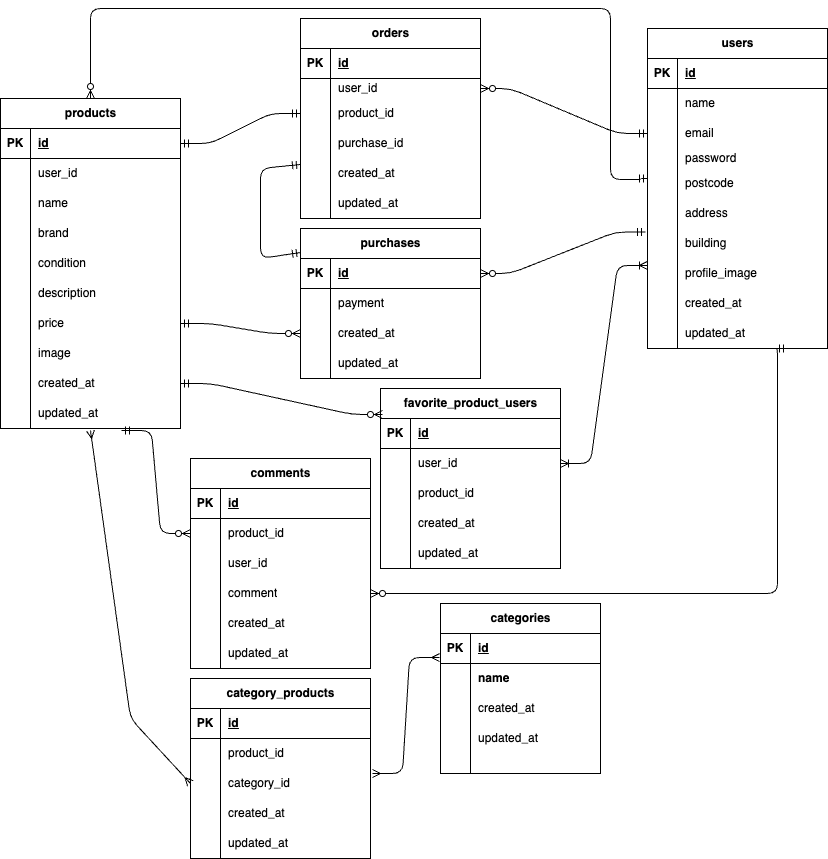
Earlier version of the draw.io export docs/erd.png (mitoma1/flea-market). Source tidied: cells renumbered, new cells last; positions are measured from the earlier drawing's top-left corner, leaving out a move shared by most shapes.
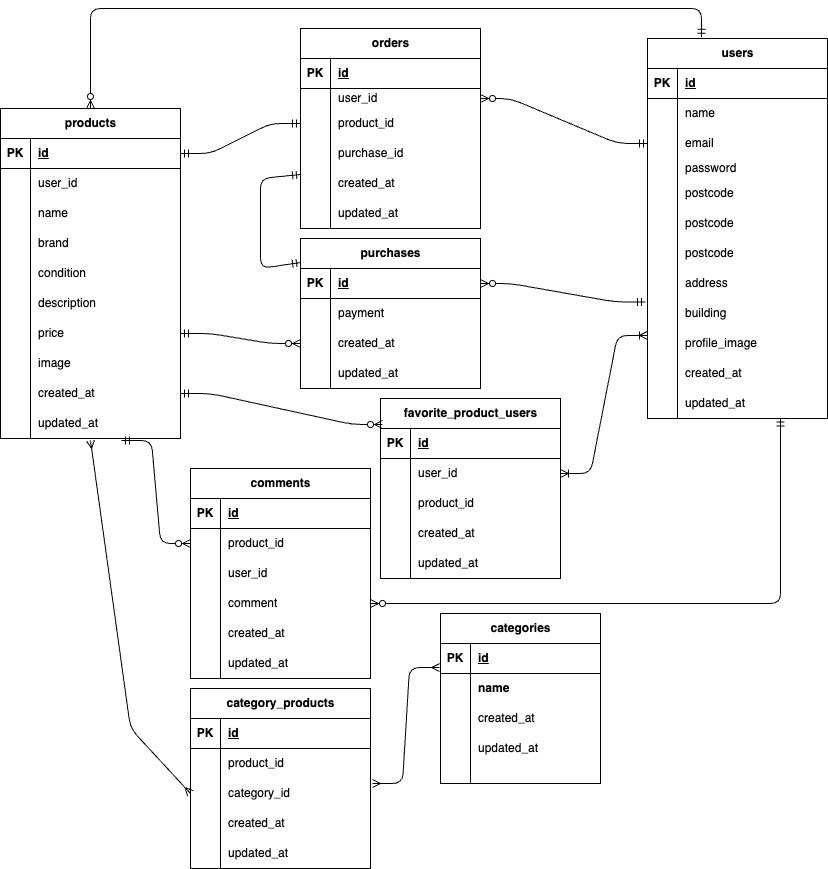
Above is the later version.

Commit message:
リモートリポジトリの変更

Diff of the diagram source:
```diff
@@ -96,7 +96,7 @@
       <mxGeometry x="30" width="150" height="30" as="geometry" />
     </mxCell>
     <mxCell id="33" value="&lt;span class=&quot;notion-enable-hover&quot;&gt;users&lt;/span&gt;" style="shape=table;startSize=30;rowLines=0;fontStyle=1;align=center;html=1;" parent="1" vertex="1">
-      <mxGeometry x="647" y="20" width="180" height="320" as="geometry" />
+      <mxGeometry x="647" y="20" width="180" height="380" as="geometry" />
     </mxCell>
     <mxCell id="34" style="shape=tableRow;horizontal=0;startSize=0;swimlaneHead=0;swimlaneBody=0;fillColor=none;top=0;left=0;right=0;bottom=1;" parent="33" vertex="1">
       <mxGeometry y="30" width="180" height="30" as="geometry" />
@@ -134,8 +134,26 @@
     <mxCell id="45" value="password" style="shape=partialRectangle;fillColor=none;top=0;left=0;bottom=0;right=0;align=left;spacingLeft=6;overflow=hidden;whiteSpace=wrap;html=1;" parent="43" vertex="1">
       <mxGeometry x="30" width="150" height="20" as="geometry" />
     </mxCell>
+    <mxCell id="175" style="shape=tableRow;horizontal=0;startSize=0;swimlaneHead=0;swimlaneBody=0;fillColor=none;top=0;left=0;right=0;bottom=0;" parent="33" vertex="1">
+      <mxGeometry y="140" width="180" height="30" as="geometry" />
+    </mxCell>
+    <mxCell id="176" style="shape=partialRectangle;fillColor=none;top=0;left=0;bottom=0;right=0;overflow=hidden;whiteSpace=wrap;html=1;" parent="175" vertex="1">
+      <mxGeometry width="30" height="30" as="geometry" />
+    </mxCell>
+    <mxCell id="177" value="postcode" style="shape=partialRectangle;fillColor=none;top=0;left=0;bottom=0;right=0;align=left;spacingLeft=6;overflow=hidden;whiteSpace=wrap;html=1;" parent="175" vertex="1">
+      <mxGeometry x="30" width="150" height="30" as="geometry" />
+    </mxCell>
+    <mxCell id="178" style="shape=tableRow;horizontal=0;startSize=0;swimlaneHead=0;swimlaneBody=0;fillColor=none;top=0;left=0;right=0;bottom=0;" parent="33" vertex="1">
+      <mxGeometry y="170" width="180" height="30" as="geometry" />
+    </mxCell>
+    <mxCell id="179" style="shape=partialRectangle;fillColor=none;top=0;left=0;bottom=0;right=0;overflow=hidden;whiteSpace=wrap;html=1;" parent="178" vertex="1">
+      <mxGeometry width="30" height="30" as="geometry" />
+    </mxCell>
+    <mxCell id="180" value="postcode" style="shape=partialRectangle;fillColor=none;top=0;left=0;bottom=0;right=0;align=left;spacingLeft=6;overflow=hidden;whiteSpace=wrap;html=1;" parent="178" vertex="1">
+      <mxGeometry x="30" width="150" height="30" as="geometry" />
+    </mxCell>
     <mxCell id="46" style="shape=tableRow;horizontal=0;startSize=0;swimlaneHead=0;swimlaneBody=0;fillColor=none;top=0;left=0;right=0;bottom=0;" parent="33" vertex="1">
-      <mxGeometry y="140" width="180" height="30" as="geometry" />
+      <mxGeometry y="200" width="180" height="30" as="geometry" />
     </mxCell>
     <mxCell id="47" style="shape=partialRectangle;fillColor=none;top=0;left=0;bottom=0;right=0;overflow=hidden;whiteSpace=wrap;html=1;" parent="46" vertex="1">
       <mxGeometry width="30" height="30" as="geometry" />
@@ -144,7 +162,7 @@
       <mxGeometry x="30" width="150" height="30" as="geometry" />
     </mxCell>
     <mxCell id="49" style="shape=tableRow;horizontal=0;startSize=0;swimlaneHead=0;swimlaneBody=0;fillColor=none;top=0;left=0;right=0;bottom=0;" parent="33" vertex="1">
-      <mxGeometry y="170" width="180" height="30" as="geometry" />
+      <mxGeometry y="230" width="180" height="30" as="geometry" />
     </mxCell>
     <mxCell id="50" style="shape=partialRectangle;fillColor=none;top=0;left=0;bottom=0;right=0;overflow=hidden;whiteSpace=wrap;html=1;" parent="49" vertex="1">
       <mxGeometry width="30" height="30" as="geometry" />
@@ -153,7 +171,7 @@
       <mxGeometry x="30" width="150" height="30" as="geometry" />
     </mxCell>
     <mxCell id="52" style="shape=tableRow;horizontal=0;startSize=0;swimlaneHead=0;swimlaneBody=0;fillColor=none;points=[[0,0.5],[1,0.5]];portConstraint=eastwest;top=0;left=0;right=0;bottom=0;" parent="33" vertex="1">
-      <mxGeometry y="200" width="180" height="30" as="geometry" />
+      <mxGeometry y="260" width="180" height="30" as="geometry" />
     </mxCell>
     <mxCell id="53" style="shape=partialRectangle;fillColor=none;top=0;left=0;bottom=0;right=0;overflow=hidden;whiteSpace=wrap;html=1;" parent="52" vertex="1">
       <mxGeometry width="30" height="30" as="geometry" />
@@ -162,7 +180,7 @@
       <mxGeometry x="30" width="150" height="30" as="geometry" />
     </mxCell>
     <mxCell id="55" style="shape=tableRow;horizontal=0;startSize=0;swimlaneHead=0;swimlaneBody=0;fillColor=none;points=[[0,0.5],[1,0.5]];portConstraint=eastwest;top=0;left=0;right=0;bottom=0;" parent="33" vertex="1">
-      <mxGeometry y="230" width="180" height="30" as="geometry" />
+      <mxGeometry y="290" width="180" height="30" as="geometry" />
     </mxCell>
     <mxCell id="56" style="shape=partialRectangle;fillColor=none;top=0;left=0;bottom=0;right=0;overflow=hidden;whiteSpace=wrap;html=1;" parent="55" vertex="1">
       <mxGeometry width="30" height="30" as="geometry" />
@@ -171,7 +189,7 @@
       <mxGeometry x="30" width="150" height="30" as="geometry" />
     </mxCell>
     <mxCell id="58" style="shape=tableRow;horizontal=0;startSize=0;swimlaneHead=0;swimlaneBody=0;fillColor=none;top=0;left=0;right=0;bottom=0;" parent="33" vertex="1">
-      <mxGeometry y="260" width="180" height="30" as="geometry" />
+      <mxGeometry y="320" width="180" height="30" as="geometry" />
     </mxCell>
     <mxCell id="59" style="shape=partialRectangle;fillColor=none;top=0;left=0;bottom=0;right=0;overflow=hidden;whiteSpace=wrap;html=1;" parent="58" vertex="1">
       <mxGeometry width="30" height="30" as="geometry" />
@@ -180,7 +198,7 @@
       <mxGeometry x="30" width="150" height="30" as="geometry" />
     </mxCell>
     <mxCell id="61" style="shape=tableRow;horizontal=0;startSize=0;swimlaneHead=0;swimlaneBody=0;fillColor=none;points=[[0,0.5],[1,0.5]];portConstraint=eastwest;top=0;left=0;right=0;bottom=0;" parent="33" vertex="1">
-      <mxGeometry y="290" width="180" height="30" as="geometry" />
+      <mxGeometry y="350" width="180" height="30" as="geometry" />
     </mxCell>
     <mxCell id="62" style="shape=partialRectangle;fillColor=none;top=0;left=0;bottom=0;right=0;overflow=hidden;whiteSpace=wrap;html=1;" parent="61" vertex="1">
       <mxGeometry width="30" height="30" as="geometry" />
@@ -514,13 +532,8 @@
         </Array>
       </mxGeometry>
     </mxCell>
-    <mxCell id="168" style="fontSize=12;html=1;endArrow=ERzeroToMany;startArrow=ERmandOne;exitX=0.711;exitY=1;exitDx=0;exitDy=0;exitPerimeter=0;entryX=1;entryY=0.5;entryDx=0;entryDy=0;edgeStyle=orthogonalEdgeStyle;" parent="1" edge="1" source="61" target="141">
-      <mxGeometry relative="1" as="geometry">
-        <Array as="points">
-          <mxPoint x="777" y="340" />
-          <mxPoint x="777" y="585" />
-        </Array>
-      </mxGeometry>
+    <mxCell id="168" style="fontSize=12;html=1;endArrow=ERzeroToMany;startArrow=ERmandOne;entryX=1;entryY=0.5;entryDx=0;entryDy=0;edgeStyle=orthogonalEdgeStyle;exitX=0.739;exitY=0.983;exitDx=0;exitDy=0;exitPerimeter=0;" parent="1" edge="1" source="61" target="141">
+      <mxGeometry relative="1" as="geometry" />
     </mxCell>
     <mxCell id="169" style="edgeStyle=entityRelationEdgeStyle;fontSize=12;html=1;endArrow=ERzeroToMany;startArrow=ERmandOne;exitX=1;exitY=0.5;exitDx=0;exitDy=0;entryX=0;entryY=0.5;entryDx=0;entryDy=0;" parent="1" edge="1" source="21" target="125">
       <mxGeometry relative="1" as="geometry" />
@@ -535,15 +548,11 @@
         </Array>
       </mxGeometry>
     </mxCell>
-    <mxCell id="172" style="edgeStyle=orthogonalEdgeStyle;fontSize=12;html=1;endArrow=ERzeroToMany;startArrow=ERmandOne;entryX=0.5;entryY=0;entryDx=0;entryDy=0;" parent="1" edge="1" target="2">
+    <mxCell id="172" style="fontSize=12;html=1;endArrow=ERzeroToMany;startArrow=ERmandOne;entryX=0.5;entryY=0;entryDx=0;entryDy=0;exitX=0.3;exitY=-0.003;exitDx=0;exitDy=0;exitPerimeter=0;edgeStyle=orthogonalEdgeStyle;" parent="1" edge="1" source="33" target="2">
       <mxGeometry relative="1" as="geometry">
-        <mxPoint x="647" y="170" as="sourcePoint" />
         <Array as="points">
-          <mxPoint x="640" y="170" />
-          <mxPoint x="640" y="171" />
-          <mxPoint x="610" y="171" />
-          <mxPoint x="610" />
-          <mxPoint x="90" />
+          <mxPoint x="701" y="-10" />
+          <mxPoint x="90" y="-10" />
         </Array>
       </mxGeometry>
     </mxCell>
```
